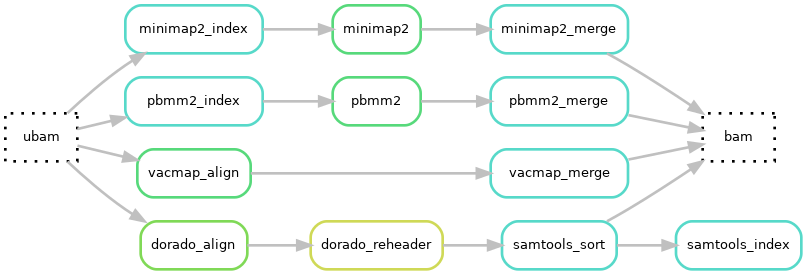
hydra-genetics/alignment keeps this Graphviz diagram as docs/images/alignment.longread.png. Above is the earlier version. Its source is kept beside it as docs/images/alignment.longread.dot.
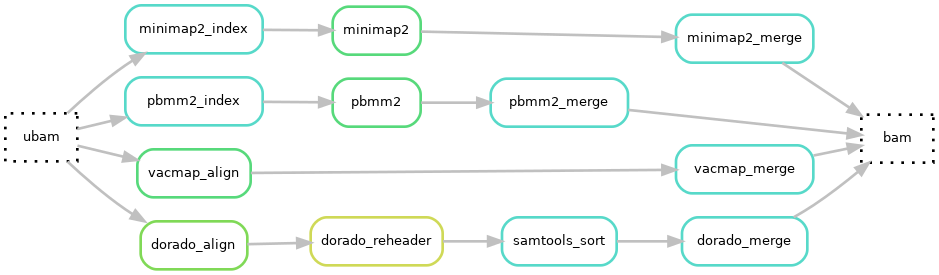
After the change.

Commit message:
feat: align ONT units with dorado and PacBio units with minimap2/pbmm2/vacmap

What changed in the source:
```diff
@@ -81,17 +81,17 @@
 		height=0.5,
 		label=samtools_sort,
 		width=1.1];
-	13	[color="0.48 0.6 0.85",
-		height=0.5,
-		label=samtools_index,
-		width=1.1];
 	14	[color="0.18 0.6 0.85",
 		height=0.5,
 		label=dorado_reheader,
 		width=1.3];
+	15	[color="0.48 0.6 0.85",
+		height=0.5,
+		label=dorado_merge,
+		width=1.3];
 	10 -> 11
 	11 -> 14
 	14 -> 12
-	12 -> 0
-	12 -> 13
+	12 -> 15
+	15 -> 0
 }
```
